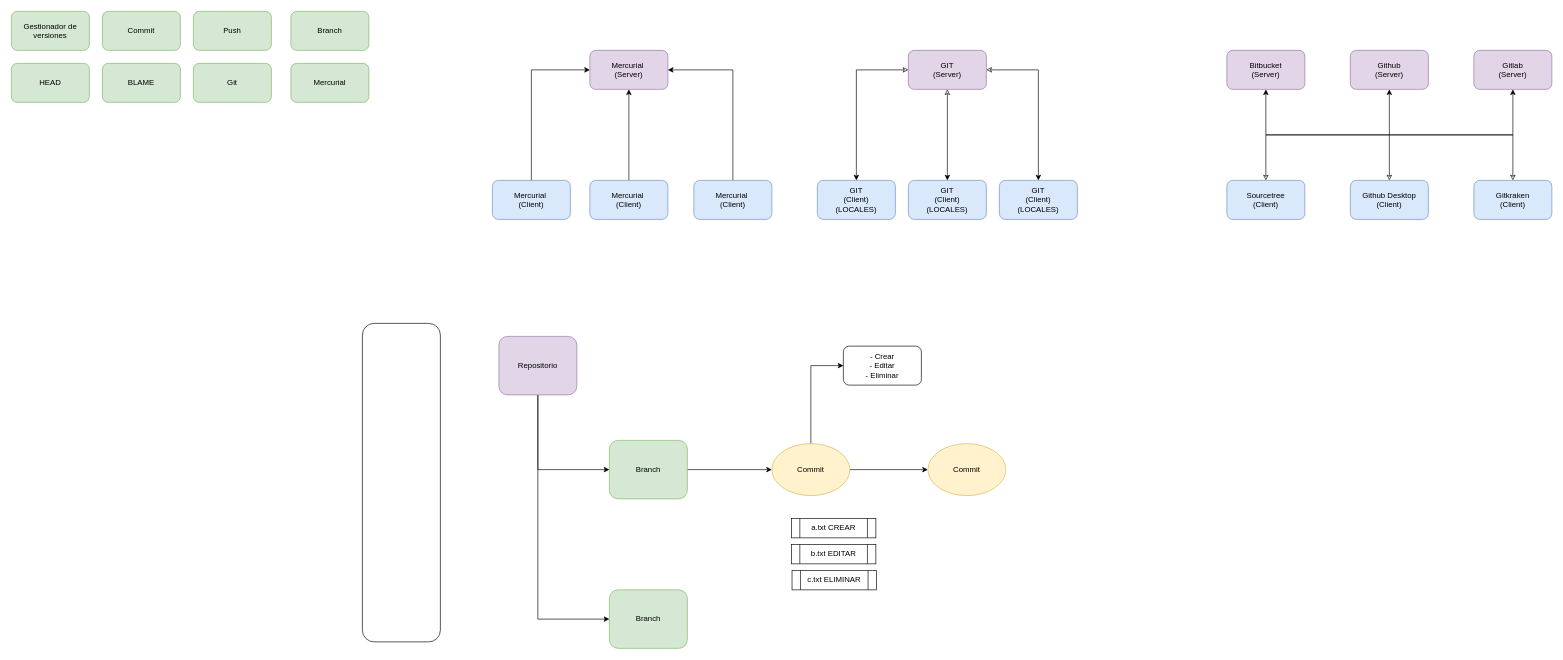
Before: web-avanzada.drawio in Aplicaciones-Web-Avanzadas-2022-A-Soft/wa-eguez-sarzosa-vicente-adrian, a draw.io diagram. Source tidied: cells renumbered, new cells numbered last; positions are measured from the earlier drawing's top-left corner, leaving out a move shared by most shapes. Both pictures are drawn from the tidied source at 65%, with x=0, y=0 at pixel (11, 11).
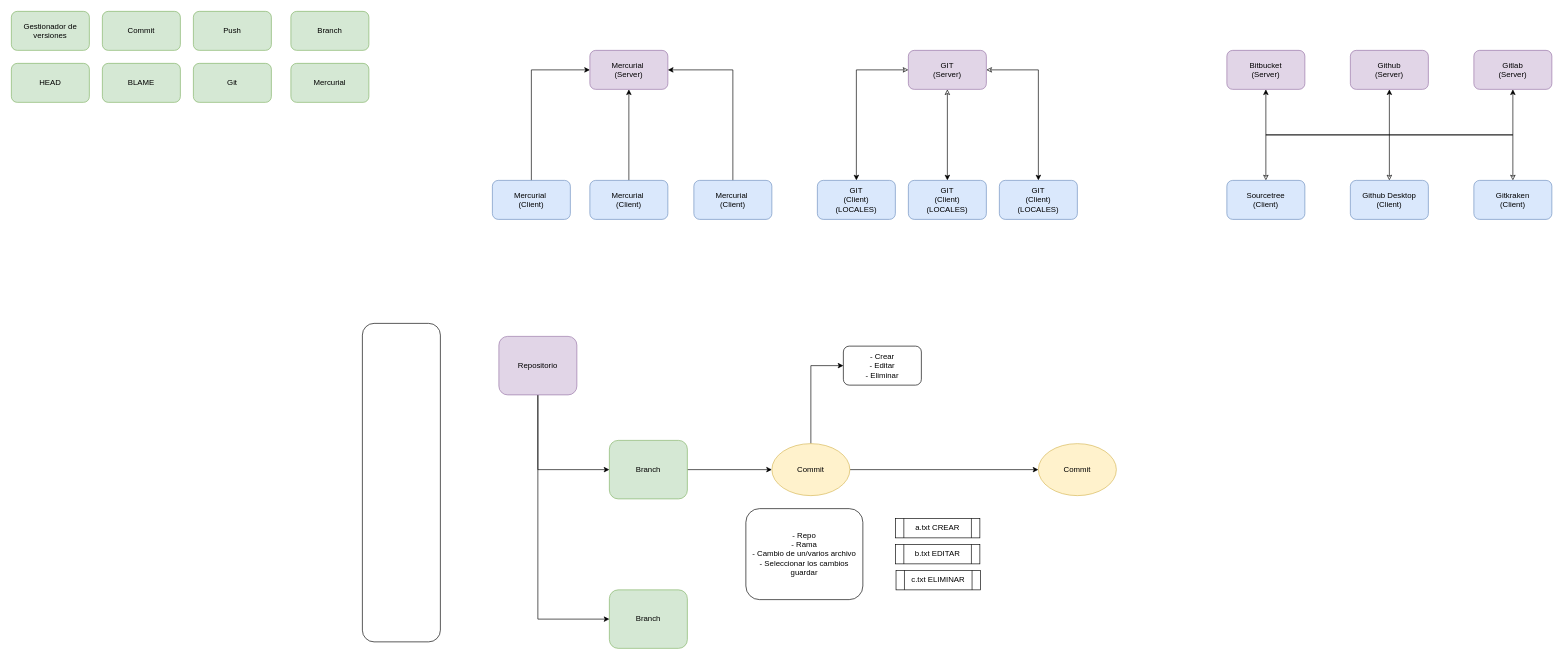
After the change.

Commit message:
ejemplo rafico

What changed in the source:
```diff
@@
     <mxCell id="43" value="Commit" style="ellipse;whiteSpace=wrap;html=1;fillColor=#fff2cc;strokeColor=#d6b656;" parent="1" vertex="1">
-      <mxGeometry x="1410" y="665" width="120" height="80" as="geometry" />
+      <mxGeometry x="1580" y="665" width="120" height="80" as="geometry" />
     </mxCell>
@@
     <mxCell id="45" value="a.txt CREAR" style="shape=process;whiteSpace=wrap;html=1;backgroundOutline=1;" parent="1" vertex="1">
-      <mxGeometry x="1200" y="780" width="130" height="30" as="geometry" />
+      <mxGeometry x="1360" y="780" width="130" height="30" as="geometry" />
     </mxCell>
     <mxCell id="46" value="b.txt EDITAR" style="shape=process;whiteSpace=wrap;html=1;backgroundOutline=1;" parent="1" vertex="1">
-      <mxGeometry x="1200" y="820" width="130" height="30" as="geometry" />
+      <mxGeometry x="1360" y="820" width="130" height="30" as="geometry" />
     </mxCell>
     <mxCell id="47" value="c.txt ELIMINAR" style="shape=process;whiteSpace=wrap;html=1;backgroundOutline=1;" parent="1" vertex="1">
-      <mxGeometry x="1201" y="860" width="130" height="30" as="geometry" />
+      <mxGeometry x="1361" y="860" width="130" height="30" as="geometry" />
     </mxCell>
+    <mxCell id="48" value="- Repo&lt;br&gt;- Rama&lt;br&gt;- Cambio de un/varios archivo&lt;br&gt;- Seleccionar los cambios guardar" style="rounded=1;whiteSpace=wrap;html=1;" parent="1" vertex="1">
+      <mxGeometry x="1130" y="765" width="180" height="140" as="geometry" />
+    </mxCell>
```
